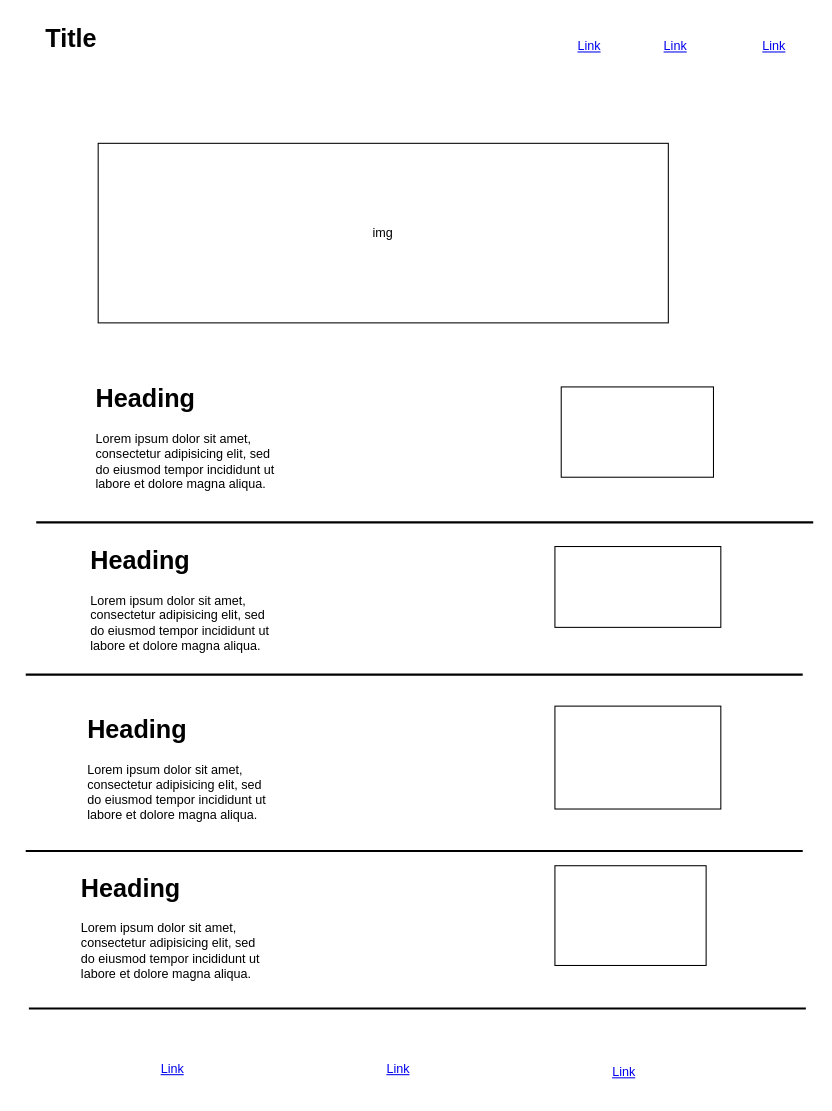
Before: Untitled Diagram.drawio in PaulR1209/leamington-spa, a draw.io diagram. Source tidied: cells renumbered, new cells numbered last; positions are measured from the earlier drawing's top-left corner, leaving out a move shared by most shapes. Both pictures are drawn from the tidied source at 105%, with x=0, y=0 at pixel (18, 18).
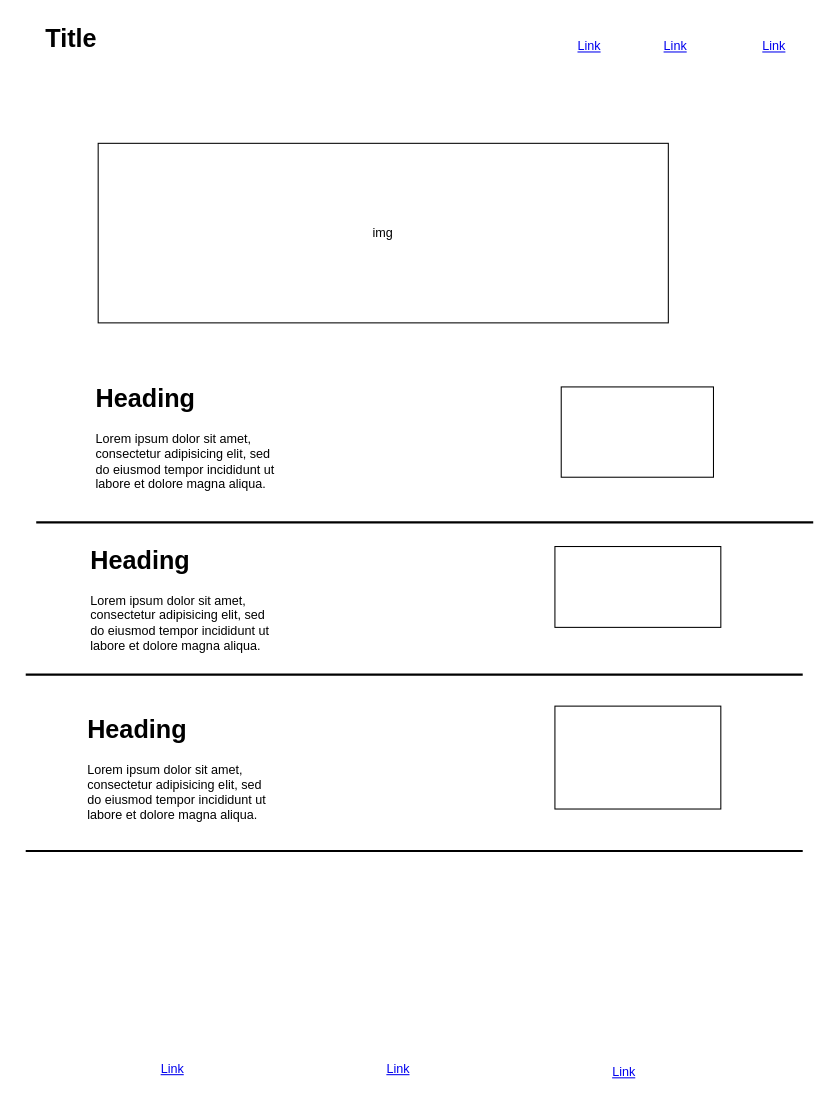
The same page after the edit.

Commit message:
Home Page Leamington Spa

Change to the diagram source:
```diff
@@
-    <mxCell id="10" value="&lt;h1&gt;Heading&lt;/h1&gt;&lt;p&gt;Lorem ipsum dolor sit amet, consectetur adipisicing elit, sed do eiusmod tempor incididunt ut labore et dolore magna aliqua.&lt;/p&gt;" style="text;html=1;strokeColor=none;fillColor=none;spacing=5;spacingTop=-20;whiteSpace=wrap;overflow=hidden;rounded=0;" parent="1" vertex="1">
-      <mxGeometry x="55" y="809" width="190" height="120" as="geometry" />
-    </mxCell>
@@
-    <mxCell id="14" style="rounded=0;whiteSpace=wrap;html=1;" parent="1" vertex="1">
-      <mxGeometry x="511" y="807" width="144" height="95" as="geometry" />
-    </mxCell>
@@
-    <mxCell id="16" style="line;strokeWidth=2;html=1;" parent="1" vertex="1">
-      <mxGeometry x="10" y="938" width="740" height="10" as="geometry" />
-    </mxCell>
```
